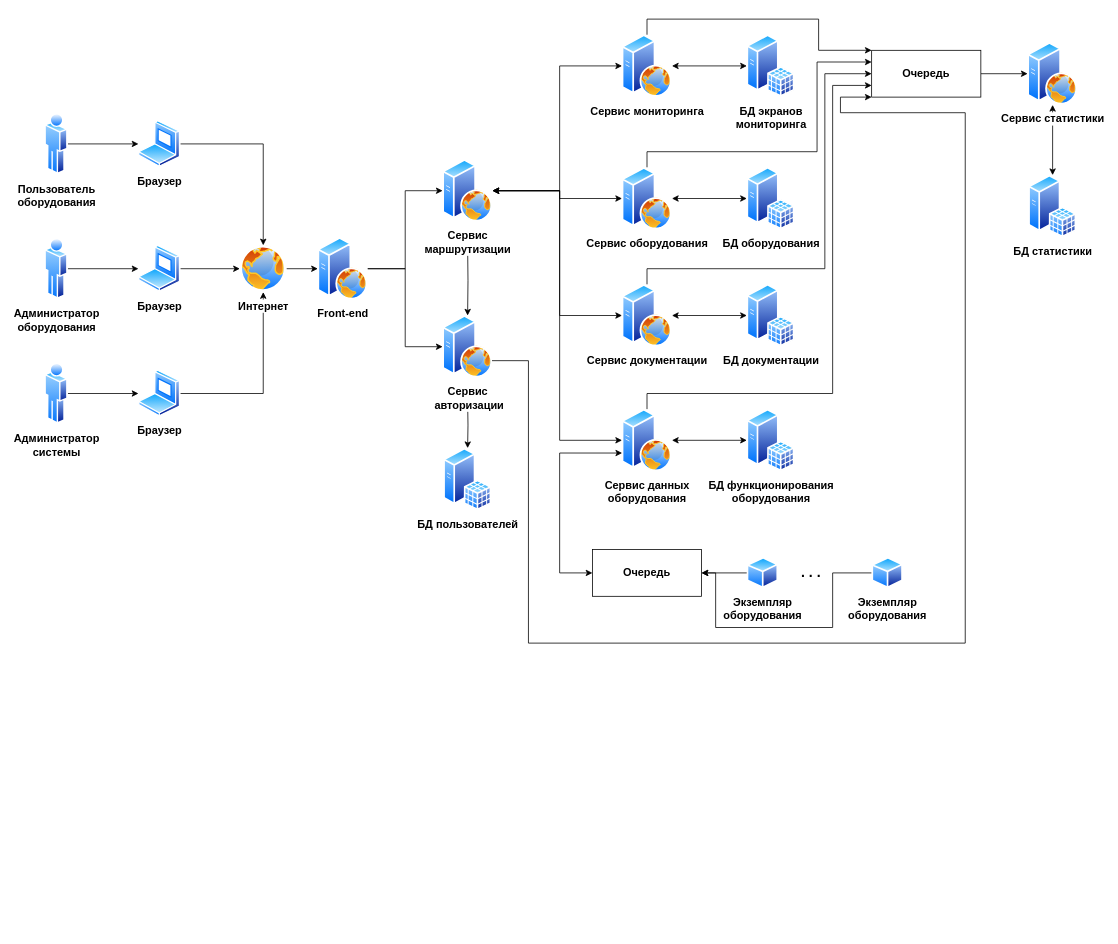
Earlier version of the draw.io diagram topology.drawio (qwerfah/software-engineering-methodology). Source tidied: cells renumbered, new cells numbered last; positions are measured from the earlier drawing's top-left corner, leaving out a move shared by most shapes. Both pictures are drawn from the tidied source at 78%, with x=0, y=0 at pixel (44, 19).
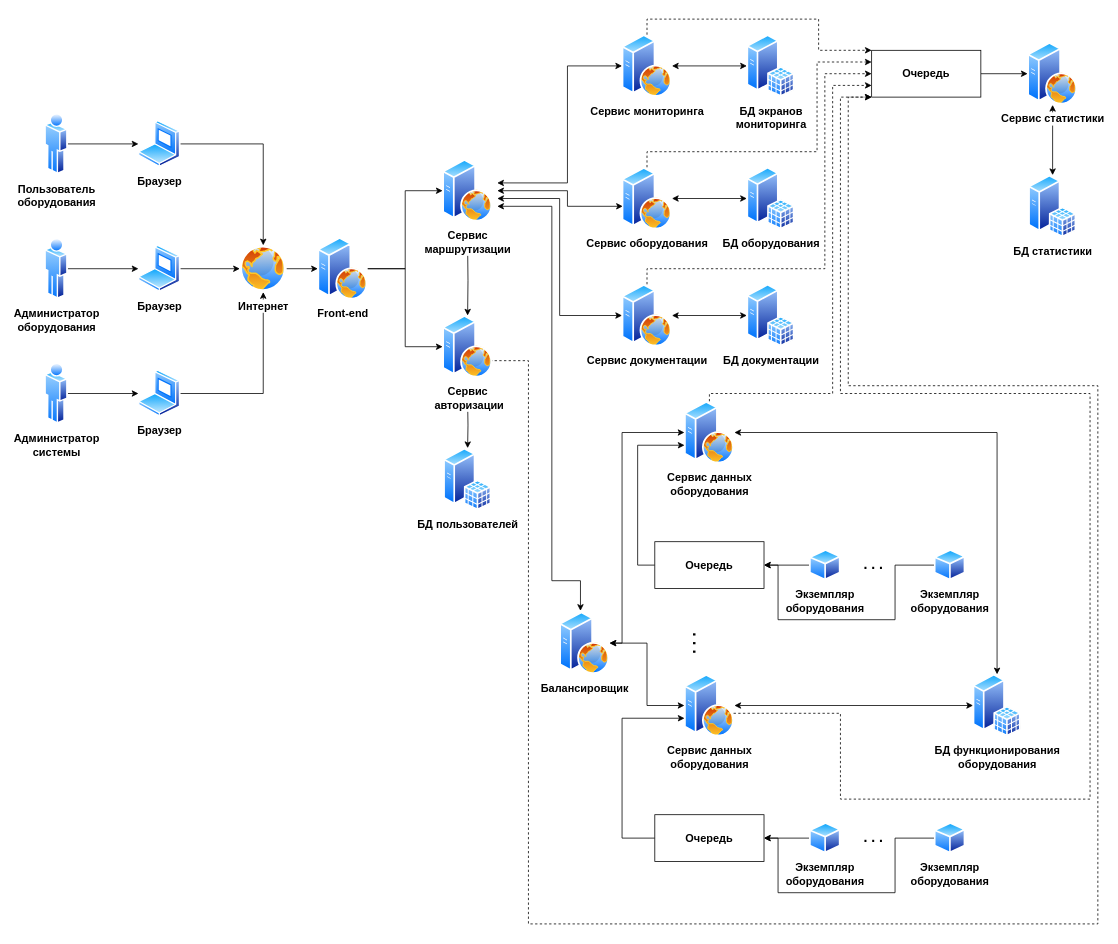
The same diagram, later.

Unchanged cells that the change refers to:
```xml
<mxCell id="24" value="Сервис &lt;br&gt;маршрутизации" style="perimeter=ellipsePerimeter;html=1;align=center;shadow=0;dashed=0;spacingTop=3;image;image=img/lib/active_directory/web_server.svg;strokeColor=#000000;fontSize=14;fontStyle=1;" parent="1" vertex="1">
  <mxGeometry x="510" y="180" width="64" height="80" as="geometry" />
</mxCell>
<mxCell id="27" value="Сервис&lt;br&gt;&amp;nbsp;авторизации" style="perimeter=ellipsePerimeter;html=1;align=center;shadow=0;dashed=0;spacingTop=3;image;image=img/lib/active_directory/web_server.svg;strokeColor=#000000;fontSize=14;fontStyle=1;" parent="1" vertex="1">
  <mxGeometry x="510" y="380" width="64" height="80" as="geometry" />
</mxCell>
<mxCell id="30" value="Сервис оборудования" style="perimeter=ellipsePerimeter;html=1;align=center;shadow=0;dashed=0;spacingTop=3;image;image=img/lib/active_directory/web_server.svg;strokeColor=#000000;fontSize=14;fontStyle=1;" parent="1" vertex="1">
  <mxGeometry x="740" y="190" width="64" height="80" as="geometry" />
</mxCell>
<mxCell id="33" value="Сервис документации" style="perimeter=ellipsePerimeter;html=1;align=center;shadow=0;dashed=0;spacingTop=3;image;image=img/lib/active_directory/web_server.svg;strokeColor=#000000;fontSize=14;fontStyle=1;" parent="1" vertex="1">
  <mxGeometry x="740" y="340" width="64" height="80" as="geometry" />
</mxCell>
<mxCell id="39" value="Сервис мониторинга" style="perimeter=ellipsePerimeter;html=1;align=center;shadow=0;dashed=0;spacingTop=3;image;image=img/lib/active_directory/web_server.svg;strokeColor=#000000;fontSize=14;fontStyle=1;" parent="1" vertex="1">
  <mxGeometry x="740" y="20" width="64" height="80" as="geometry" />
</mxCell>
<mxCell id="48" value="Очередь" style="rounded=0;whiteSpace=wrap;html=1;strokeColor=#000000;fontSize=14;fontStyle=1;" parent="1" vertex="1">
  <mxGeometry x="1060" y="40" width="140" height="60" as="geometry" />
</mxCell>
```

What changed in the source:
```diff
@@
-    <mxCell id="20" style="edgeStyle=orthogonalEdgeStyle;rounded=0;jettySize=auto;html=1;entryX=0;entryY=0.5;entryDx=0;entryDy=0;startArrow=classic;startFill=1;fontSize=14;fontStyle=1;exitX=1;exitY=0.5;exitDx=0;exitDy=0;" parent="1" edge="1" source="24" target="39">
+    <mxCell id="20" style="edgeStyle=orthogonalEdgeStyle;rounded=0;jettySize=auto;html=1;entryX=0;entryY=0.5;entryDx=0;entryDy=0;startArrow=classic;startFill=1;fontSize=14;fontStyle=1;" parent="1" edge="1" target="39">
       <mxGeometry relative="1" as="geometry">
+        <mxPoint x="580" y="210" as="sourcePoint" />
         <Array as="points">
-          <mxPoint x="660" y="220" />
-          <mxPoint x="660" y="60" />
+          <mxPoint x="670" y="210" />
+          <mxPoint x="670" y="60" />
         </Array>
       </mxGeometry>
     </mxCell>
-    <mxCell id="21" style="edgeStyle=orthogonalEdgeStyle;rounded=0;jettySize=auto;html=1;entryX=0;entryY=0.5;entryDx=0;entryDy=0;startArrow=classic;startFill=1;fontSize=14;fontStyle=1;exitX=1;exitY=0.5;exitDx=0;exitDy=0;" parent="1" edge="1" source="24" target="33">
+    <mxCell id="21" style="edgeStyle=orthogonalEdgeStyle;rounded=0;jettySize=auto;html=1;entryX=0;entryY=0.5;entryDx=0;entryDy=0;startArrow=classic;startFill=1;fontSize=14;fontStyle=1;" parent="1" edge="1" target="33">
       <mxGeometry relative="1" as="geometry">
+        <mxPoint x="580" y="230" as="sourcePoint" />
         <Array as="points">
-          <mxPoint x="660" y="220" />
+          <mxPoint x="660" y="230" />
           <mxPoint x="660" y="380" />
         </Array>
       </mxGeometry>
     </mxCell>
-    <mxCell id="22" style="edgeStyle=orthogonalEdgeStyle;rounded=0;jettySize=auto;html=1;entryX=0;entryY=0.5;entryDx=0;entryDy=0;startArrow=classic;startFill=1;fontSize=14;fontStyle=1;exitX=1;exitY=0.5;exitDx=0;exitDy=0;" parent="1" edge="1" source="24" target="36">
-      <mxGeometry relative="1" as="geometry">
-        <Array as="points">
-          <mxPoint x="660" y="220" />
-          <mxPoint x="660" y="540" />
-        </Array>
-      </mxGeometry>
-    </mxCell>
-    <mxCell id="23" style="edgeStyle=orthogonalEdgeStyle;rounded=0;jettySize=auto;html=1;startArrow=classic;startFill=1;fontSize=14;fontStyle=1;" parent="1" edge="1" source="24" target="30">
+    <mxCell id="23" style="edgeStyle=orthogonalEdgeStyle;rounded=0;jettySize=auto;html=1;startArrow=classic;startFill=1;fontSize=14;fontStyle=1;" parent="1" edge="1" target="30">
       <mxGeometry relative="1" as="geometry">
+        <mxPoint x="580" y="220" as="sourcePoint" />
         <Array as="points">
-          <mxPoint x="660" y="220" />
-          <mxPoint x="660" y="230" />
+          <mxPoint x="670" y="220" />
+          <mxPoint x="670" y="240" />
         </Array>
       </mxGeometry>
     </mxCell>
+    <mxCell id="57" style="edgeStyle=orthogonalEdgeStyle;rounded=0;jettySize=auto;html=1;entryX=0.417;entryY=-0.017;entryDx=0;entryDy=0;entryPerimeter=0;startArrow=classic;startFill=1;" parent="1" edge="1" target="70">
+      <mxGeometry relative="1" as="geometry">
+        <mxPoint x="580" y="240" as="sourcePoint" />
+        <Array as="points">
+          <mxPoint x="650" y="240" />
+          <mxPoint x="650" y="720" />
+          <mxPoint x="687" y="720" />
+        </Array>
+      </mxGeometry>
+    </mxCell>
@@
-    <mxCell id="26" style="edgeStyle=orthogonalEdgeStyle;rounded=0;jettySize=auto;html=1;exitX=1;exitY=0.75;exitDx=0;exitDy=0;entryX=0;entryY=1;entryDx=0;entryDy=0;startArrow=none;startFill=0;fontSize=14;fontStyle=1;" parent="1" edge="1" source="27" target="48">
+    <mxCell id="26" style="edgeStyle=orthogonalEdgeStyle;rounded=0;jettySize=auto;html=1;exitX=1;exitY=0.75;exitDx=0;exitDy=0;entryX=0;entryY=1;entryDx=0;entryDy=0;startArrow=none;startFill=0;fontSize=14;fontStyle=1;dashed=1;" parent="1" edge="1" source="27" target="48">
       <mxGeometry relative="1" as="geometry">
         <Array as="points">
           <mxPoint x="620" y="438" />
-          <mxPoint x="620" y="800" />
-          <mxPoint x="1180" y="800" />
-          <mxPoint x="1180" y="120" />
-          <mxPoint x="1020" y="120" />
-          <mxPoint x="1020" y="100" />
+          <mxPoint x="620" y="1160" />
+          <mxPoint x="1350" y="1160" />
+          <mxPoint x="1350" y="470" />
+          <mxPoint x="1030" y="470" />
+          <mxPoint x="1030" y="100" />
         </Array>
       </mxGeometry>
     </mxCell>
@@
-    <mxCell id="29" style="edgeStyle=orthogonalEdgeStyle;rounded=0;jettySize=auto;html=1;exitX=0.5;exitY=0;exitDx=0;exitDy=0;entryX=0;entryY=0.25;entryDx=0;entryDy=0;startArrow=none;startFill=0;fontSize=14;fontStyle=1;" parent="1" edge="1" source="30" target="48">
+    <mxCell id="29" style="edgeStyle=orthogonalEdgeStyle;rounded=0;jettySize=auto;html=1;exitX=0.5;exitY=0;exitDx=0;exitDy=0;entryX=0;entryY=0.25;entryDx=0;entryDy=0;startArrow=none;startFill=0;fontSize=14;fontStyle=1;dashed=1;" parent="1" edge="1" source="30" target="48">
       <mxGeometry relative="1" as="geometry">
         <Array as="points">
           <mxPoint x="772" y="170" />
           <mxPoint x="990" y="170" />
           <mxPoint x="990" y="55" />
         </Array>
       </mxGeometry>
     </mxCell>
@@
-    <mxCell id="32" style="edgeStyle=orthogonalEdgeStyle;rounded=0;jettySize=auto;html=1;exitX=0.5;exitY=0;exitDx=0;exitDy=0;entryX=0;entryY=0.5;entryDx=0;entryDy=0;startArrow=none;startFill=0;fontSize=14;fontStyle=1;" parent="1" edge="1" source="33" target="48">
+    <mxCell id="32" style="edgeStyle=orthogonalEdgeStyle;rounded=0;jettySize=auto;html=1;exitX=0.5;exitY=0;exitDx=0;exitDy=0;entryX=0;entryY=0.5;entryDx=0;entryDy=0;startArrow=none;startFill=0;fontSize=14;fontStyle=1;dashed=1;" parent="1" edge="1" source="33" target="48">
       <mxGeometry relative="1" as="geometry">
         <Array as="points">
           <mxPoint x="772" y="320" />
           <mxPoint x="1000" y="320" />
           <mxPoint x="1000" y="70" />
         </Array>
       </mxGeometry>
     </mxCell>
@@
-    <mxCell id="35" style="edgeStyle=orthogonalEdgeStyle;rounded=0;jettySize=auto;html=1;entryX=0;entryY=0.75;entryDx=0;entryDy=0;startArrow=none;startFill=0;exitX=0.5;exitY=0;exitDx=0;exitDy=0;fontSize=14;fontStyle=1;" parent="1" edge="1" source="36" target="48">
+    <mxCell id="35" style="edgeStyle=orthogonalEdgeStyle;rounded=0;jettySize=auto;html=1;entryX=0;entryY=0.75;entryDx=0;entryDy=0;startArrow=none;startFill=0;exitX=0.5;exitY=0;exitDx=0;exitDy=0;fontSize=14;fontStyle=1;dashed=1;" parent="1" edge="1" source="36" target="48">
       <mxGeometry relative="1" as="geometry">
         <Array as="points">
-          <mxPoint x="772" y="480" />
+          <mxPoint x="852" y="480" />
           <mxPoint x="1010" y="480" />
           <mxPoint x="1010" y="85" />
         </Array>
       </mxGeometry>
     </mxCell>
+    <mxCell id="58" style="edgeStyle=orthogonalEdgeStyle;rounded=0;jettySize=auto;html=1;entryX=1;entryY=0.5;entryDx=0;entryDy=0;startArrow=classic;startFill=1;" parent="1" edge="1" source="36" target="70">
+      <mxGeometry relative="1" as="geometry">
+        <Array as="points">
+          <mxPoint x="740" y="530" />
+          <mxPoint x="740" y="800" />
+        </Array>
+      </mxGeometry>
+    </mxCell>
     <mxCell id="36" value="Сервис данных &lt;br style=&quot;font-size: 14px;&quot;&gt;оборудования" style="perimeter=ellipsePerimeter;html=1;align=center;shadow=0;dashed=0;spacingTop=3;image;image=img/lib/active_directory/web_server.svg;strokeColor=#000000;fontSize=14;fontStyle=1;" parent="1" vertex="1">
-      <mxGeometry x="740" y="500" width="64" height="80" as="geometry" />
+      <mxGeometry x="820" y="490" width="64" height="80" as="geometry" />
     </mxCell>
@@
-    <mxCell id="38" style="edgeStyle=orthogonalEdgeStyle;rounded=0;jettySize=auto;html=1;exitX=0.5;exitY=0;exitDx=0;exitDy=0;startArrow=none;startFill=0;entryX=0;entryY=0;entryDx=0;entryDy=0;fontSize=14;fontStyle=1;" parent="1" edge="1" source="39" target="48">
+    <mxCell id="38" style="edgeStyle=orthogonalEdgeStyle;rounded=0;jettySize=auto;html=1;exitX=0.5;exitY=0;exitDx=0;exitDy=0;startArrow=none;startFill=0;entryX=0;entryY=0;entryDx=0;entryDy=0;fontSize=14;fontStyle=1;dashed=1;" parent="1" edge="1" source="39" target="48">
       <mxGeometry relative="1" as="geometry">
         <Array as="points">
           <mxPoint x="772" />
           <mxPoint x="992" />
           <mxPoint x="992" y="40" />
         </Array>
       </mxGeometry>
     </mxCell>
@@
     <mxCell id="44" value="БД функционирования &lt;br style=&quot;font-size: 14px;&quot;&gt;оборудования" style="perimeter=ellipsePerimeter;html=1;align=center;shadow=0;dashed=0;spacingTop=3;image;image=img/lib/active_directory/sql_server.svg;strokeColor=#000000;fontSize=14;fontStyle=1;" parent="1" vertex="1">
-      <mxGeometry x="900" y="500" width="61.6" height="80" as="geometry" />
+      <mxGeometry x="1190" y="840" width="61.6" height="80" as="geometry" />
     </mxCell>
@@
-    <mxCell id="50" style="edgeStyle=orthogonalEdgeStyle;rounded=0;sketch=0;jettySize=auto;html=1;entryX=0.002;entryY=0.704;entryDx=0;entryDy=0;entryPerimeter=0;startArrow=classic;startFill=1;strokeColor=#000000;strokeWidth=1;fontSize=12;" parent="1" edge="1" source="51" target="36">
+    <mxCell id="50" style="edgeStyle=orthogonalEdgeStyle;rounded=0;sketch=0;jettySize=auto;html=1;entryX=0.002;entryY=0.704;entryDx=0;entryDy=0;entryPerimeter=0;startArrow=none;startFill=0;strokeColor=#000000;strokeWidth=1;fontSize=12;" parent="1" edge="1" source="51" target="36">
       <mxGeometry relative="1" as="geometry">
         <Array as="points">
-          <mxPoint x="660" y="710" />
-          <mxPoint x="660" y="556" />
+          <mxPoint x="760" y="700" />
+          <mxPoint x="760" y="546" />
         </Array>
       </mxGeometry>
     </mxCell>
     <mxCell id="51" value="Очередь" style="rounded=0;whiteSpace=wrap;html=1;strokeColor=#000000;fontSize=14;fontStyle=1;" parent="1" vertex="1">
-      <mxGeometry x="702" y="680" width="140" height="60" as="geometry" />
+      <mxGeometry x="782" y="670" width="140" height="60" as="geometry" />
     </mxCell>
@@
     <mxCell id="53" value="&lt;font style=&quot;font-size: 14px&quot;&gt;&lt;b&gt;Экземпляр&lt;br&gt;оборудования&lt;/b&gt;&lt;/font&gt;" style="perimeter=ellipsePerimeter;html=1;align=center;shadow=0;dashed=0;spacingTop=3;image;image=img/lib/active_directory/generic_node.svg;fontSize=12;" parent="1" vertex="1">
-      <mxGeometry x="900" y="690" width="40.8" height="40" as="geometry" />
+      <mxGeometry x="980" y="680" width="40.8" height="40" as="geometry" />
     </mxCell>
     <mxCell id="54" style="edgeStyle=orthogonalEdgeStyle;rounded=0;sketch=0;jettySize=auto;html=1;exitX=0;exitY=0.5;exitDx=0;exitDy=0;entryX=1;entryY=0.5;entryDx=0;entryDy=0;startArrow=none;startFill=0;strokeColor=#000000;strokeWidth=1;fontSize=12;" parent="1" edge="1" source="55" target="51">
       <mxGeometry relative="1" as="geometry">
         <Array as="points">
-          <mxPoint x="1010" y="710" />
-          <mxPoint x="1010" y="780" />
-          <mxPoint x="860" y="780" />
-          <mxPoint x="860" y="710" />
+          <mxPoint x="1090" y="700" />
+          <mxPoint x="1090" y="770" />
+          <mxPoint x="940" y="770" />
+          <mxPoint x="940" y="700" />
         </Array>
       </mxGeometry>
     </mxCell>
     <mxCell id="55" value="&lt;font style=&quot;font-size: 14px&quot;&gt;&lt;b&gt;Экземпляр&lt;br&gt;оборудования&lt;/b&gt;&lt;/font&gt;" style="perimeter=ellipsePerimeter;html=1;align=center;shadow=0;dashed=0;spacingTop=3;image;image=img/lib/active_directory/generic_node.svg;fontSize=12;" parent="1" vertex="1">
-      <mxGeometry x="1060" y="690" width="40.8" height="40" as="geometry" />
+      <mxGeometry x="1140" y="680" width="40.8" height="40" as="geometry" />
     </mxCell>
     <mxCell id="56" value="&lt;font size=&quot;1&quot;&gt;&lt;b style=&quot;font-size: 18px&quot;&gt;. . .&lt;/b&gt;&lt;/font&gt;" style="text;html=1;align=center;verticalAlign=middle;fontSize=12;" parent="1" vertex="1">
-      <mxGeometry x="961.6" y="700" width="40" height="20" as="geometry" />
+      <mxGeometry x="1041.6" y="690" width="40" height="20" as="geometry" />
     </mxCell>
+    <mxCell id="59" style="edgeStyle=orthogonalEdgeStyle;rounded=0;jettySize=auto;html=1;exitX=0;exitY=0.5;exitDx=0;exitDy=0;startArrow=classic;startFill=1;" parent="1" edge="1" source="62" target="70">
+      <mxGeometry relative="1" as="geometry" />
+    </mxCell>
+    <mxCell id="60" style="edgeStyle=orthogonalEdgeStyle;rounded=0;jettySize=auto;html=1;startArrow=classic;startFill=1;" parent="1" edge="1" source="62" target="44">
+      <mxGeometry relative="1" as="geometry" />
+    </mxCell>
+    <mxCell id="61" style="edgeStyle=orthogonalEdgeStyle;rounded=0;jettySize=auto;html=1;startArrow=none;startFill=0;dashed=1;" parent="1" edge="1" source="62">
+      <mxGeometry relative="1" as="geometry">
+        <mxPoint x="1060" y="100" as="targetPoint" />
+        <Array as="points">
+          <mxPoint x="1020" y="890" />
+          <mxPoint x="1020" y="1000" />
+          <mxPoint x="1340" y="1000" />
+          <mxPoint x="1340" y="480" />
+          <mxPoint x="1020" y="480" />
+          <mxPoint x="1020" y="100" />
+        </Array>
+      </mxGeometry>
+    </mxCell>
+    <mxCell id="62" value="Сервис данных &lt;br style=&quot;font-size: 14px;&quot;&gt;оборудования" style="perimeter=ellipsePerimeter;html=1;align=center;shadow=0;dashed=0;spacingTop=3;image;image=img/lib/active_directory/web_server.svg;strokeColor=#000000;fontSize=14;fontStyle=1;" parent="1" vertex="1">
+      <mxGeometry x="820" y="840" width="64" height="80" as="geometry" />
+    </mxCell>
+    <mxCell id="63" style="edgeStyle=orthogonalEdgeStyle;rounded=0;sketch=0;jettySize=auto;html=1;entryX=0.002;entryY=0.704;entryDx=0;entryDy=0;entryPerimeter=0;startArrow=none;startFill=0;strokeColor=#000000;strokeWidth=1;fontSize=12;" parent="1" edge="1" source="64" target="62">
+      <mxGeometry relative="1" as="geometry">
+        <Array as="points">
+          <mxPoint x="740" y="1050" />
+          <mxPoint x="740" y="896" />
+        </Array>
+      </mxGeometry>
+    </mxCell>
+    <mxCell id="64" value="Очередь" style="rounded=0;whiteSpace=wrap;html=1;strokeColor=#000000;fontSize=14;fontStyle=1;" parent="1" vertex="1">
+      <mxGeometry x="782" y="1020" width="140" height="60" as="geometry" />
+    </mxCell>
+    <mxCell id="65" style="edgeStyle=orthogonalEdgeStyle;rounded=0;sketch=0;jettySize=auto;html=1;startArrow=none;startFill=0;strokeColor=#000000;strokeWidth=1;fontSize=12;" parent="1" edge="1" source="66" target="64">
+      <mxGeometry relative="1" as="geometry" />
+    </mxCell>
+    <mxCell id="66" value="&lt;font style=&quot;font-size: 14px&quot;&gt;&lt;b&gt;Экземпляр&lt;br&gt;оборудования&lt;/b&gt;&lt;/font&gt;" style="perimeter=ellipsePerimeter;html=1;align=center;shadow=0;dashed=0;spacingTop=3;image;image=img/lib/active_directory/generic_node.svg;fontSize=12;" parent="1" vertex="1">
+      <mxGeometry x="980" y="1030" width="40.8" height="40" as="geometry" />
+    </mxCell>
+    <mxCell id="67" style="edgeStyle=orthogonalEdgeStyle;rounded=0;sketch=0;jettySize=auto;html=1;exitX=0;exitY=0.5;exitDx=0;exitDy=0;entryX=1;entryY=0.5;entryDx=0;entryDy=0;startArrow=none;startFill=0;strokeColor=#000000;strokeWidth=1;fontSize=12;" parent="1" edge="1" source="68" target="64">
+      <mxGeometry relative="1" as="geometry">
+        <Array as="points">
+          <mxPoint x="1090" y="1050" />
+          <mxPoint x="1090" y="1120" />
+          <mxPoint x="940" y="1120" />
+          <mxPoint x="940" y="1050" />
+        </Array>
+      </mxGeometry>
+    </mxCell>
+    <mxCell id="68" value="&lt;font style=&quot;font-size: 14px&quot;&gt;&lt;b&gt;Экземпляр&lt;br&gt;оборудования&lt;/b&gt;&lt;/font&gt;" style="perimeter=ellipsePerimeter;html=1;align=center;shadow=0;dashed=0;spacingTop=3;image;image=img/lib/active_directory/generic_node.svg;fontSize=12;" parent="1" vertex="1">
+      <mxGeometry x="1140" y="1030" width="40.8" height="40" as="geometry" />
+    </mxCell>
+    <mxCell id="69" value="&lt;font size=&quot;1&quot;&gt;&lt;b style=&quot;font-size: 18px&quot;&gt;. . .&lt;/b&gt;&lt;/font&gt;" style="text;html=1;align=center;verticalAlign=middle;fontSize=12;" parent="1" vertex="1">
+      <mxGeometry x="1041.6" y="1040" width="40" height="20" as="geometry" />
+    </mxCell>
+    <mxCell id="70" value="Балансировщик" style="perimeter=ellipsePerimeter;html=1;align=center;shadow=0;dashed=0;spacingTop=3;image;image=img/lib/active_directory/web_server.svg;strokeColor=#000000;fontSize=14;fontStyle=1;" parent="1" vertex="1">
+      <mxGeometry x="660" y="760" width="64" height="80" as="geometry" />
+    </mxCell>
+    <mxCell id="71" value="&lt;font style=&quot;font-size: 20px&quot;&gt;&lt;b&gt;. . .&lt;/b&gt;&lt;/font&gt;" style="text;html=1;align=center;verticalAlign=middle;rotation=90;" parent="1" vertex="1">
+      <mxGeometry x="820" y="790" width="40" height="20" as="geometry" />
+    </mxCell>
```
